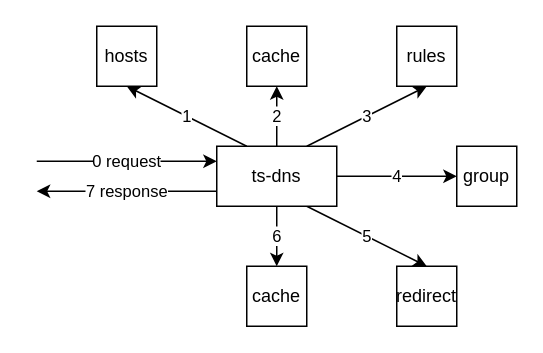
Above: doc/arch.drawio.xml in wolf-joe/ts-dns (draw.io), before the change. Source tidied: cells renumbered, new cells numbered last; positions are measured from the earlier drawing's top-left corner, leaving out a move shared by most shapes. Both pictures are drawn from the tidied source at 150%, with x=0, y=0 at pixel (36, 26).
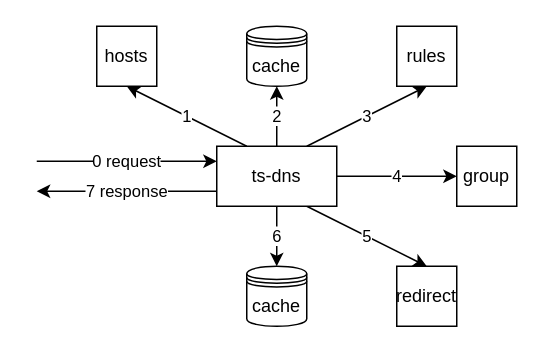
The same diagram, later.

What changed in the source:
```diff
@@
 <mxGraphModel>
   <root>
     <mxCell id="0" />
     <mxCell id="1" parent="0" />
     <mxCell id="2" value="1" style="rounded=0;jettySize=auto;html=1;exitX=0.25;exitY=0;exitDx=0;exitDy=0;entryX=0.5;entryY=1;entryDx=0;entryDy=0;" parent="1" edge="1" source="9" target="11">
       <mxGeometry relative="1" as="geometry" />
     </mxCell>
-    <mxCell id="3" value="2" style="edgeStyle=none;rounded=0;jettySize=auto;html=1;exitX=0.5;exitY=0;exitDx=0;exitDy=0;entryX=0.5;entryY=1;entryDx=0;entryDy=0;" parent="1" edge="1" source="9" target="12">
+    <mxCell id="3" value="2" style="edgeStyle=none;rounded=0;jettySize=auto;html=1;exitX=0.5;exitY=0;exitDx=0;exitDy=0;entryX=0.5;entryY=1;entryDx=0;entryDy=0;" parent="1" edge="1" source="9" target="17">
       <mxGeometry relative="1" as="geometry" />
     </mxCell>
     <mxCell id="4" value="3" style="edgeStyle=none;rounded=0;jettySize=auto;html=1;exitX=0.75;exitY=0;exitDx=0;exitDy=0;entryX=0.5;entryY=1;entryDx=0;entryDy=0;" parent="1" edge="1" source="9" target="13">
       <mxGeometry relative="1" as="geometry" />
     </mxCell>
     <mxCell id="5" value="4" style="edgeStyle=none;rounded=0;jettySize=auto;html=1;exitX=1;exitY=0.5;exitDx=0;exitDy=0;entryX=0;entryY=0.5;entryDx=0;entryDy=0;" parent="1" edge="1" source="9" target="14">
       <mxGeometry relative="1" as="geometry" />
     </mxCell>
     <mxCell id="6" value="5" style="edgeStyle=none;rounded=0;jettySize=auto;html=1;exitX=0.75;exitY=1;exitDx=0;exitDy=0;entryX=0.5;entryY=0;entryDx=0;entryDy=0;" parent="1" edge="1" source="9" target="15">
       <mxGeometry relative="1" as="geometry" />
     </mxCell>
-    <mxCell id="7" value="6" style="edgeStyle=none;rounded=0;jettySize=auto;html=1;exitX=0.5;exitY=1;exitDx=0;exitDy=0;entryX=0.5;entryY=0;entryDx=0;entryDy=0;" parent="1" edge="1" source="9" target="16">
+    <mxCell id="7" value="6" style="edgeStyle=none;rounded=0;jettySize=auto;html=1;exitX=0.5;exitY=1;exitDx=0;exitDy=0;entryX=0.5;entryY=0;entryDx=0;entryDy=0;" parent="1" edge="1" source="9" target="18">
       <mxGeometry relative="1" as="geometry" />
     </mxCell>
     <mxCell id="8" value="7 response" style="edgeStyle=none;rounded=0;jettySize=auto;html=1;exitX=0;exitY=0.75;exitDx=0;exitDy=0;" parent="1" edge="1" source="9">
       <mxGeometry relative="1" as="geometry">
         <mxPoint y="110" as="targetPoint" />
       </mxGeometry>
     </mxCell>
     <mxCell id="9" value="ts-dns" style="rounded=0;whiteSpace=wrap;html=1;" parent="1" vertex="1">
       <mxGeometry x="120" y="80" width="80" height="40" as="geometry" />
     </mxCell>
     <mxCell id="10" value="0 request" style="endArrow=classic;html=1;rounded=0;entryX=0;entryY=0.25;entryDx=0;entryDy=0;" parent="1" edge="1" target="9">
       <mxGeometry relative="1" as="geometry">
         <mxPoint y="90" as="sourcePoint" />
       </mxGeometry>
     </mxCell>
     <mxCell id="11" value="hosts" style="rounded=0;whiteSpace=wrap;html=1;" parent="1" vertex="1">
       <mxGeometry x="40" width="40" height="40" as="geometry" />
     </mxCell>
-    <mxCell id="12" value="cache" style="rounded=0;whiteSpace=wrap;html=1;" parent="1" vertex="1">
-      <mxGeometry x="140" width="40" height="40" as="geometry" />
-    </mxCell>
     <mxCell id="13" value="rules" style="rounded=0;whiteSpace=wrap;html=1;" parent="1" vertex="1">
       <mxGeometry x="240" width="40" height="40" as="geometry" />
     </mxCell>
     <mxCell id="14" value="group" style="rounded=0;whiteSpace=wrap;html=1;" parent="1" vertex="1">
       <mxGeometry x="280" y="80" width="40" height="40" as="geometry" />
     </mxCell>
     <mxCell id="15" value="redirect" style="rounded=0;whiteSpace=wrap;html=1;" parent="1" vertex="1">
       <mxGeometry x="240" y="160" width="40" height="40" as="geometry" />
     </mxCell>
-    <mxCell id="16" value="cache" style="rounded=0;whiteSpace=wrap;html=1;" parent="1" vertex="1">
-      <mxGeometry x="140" y="160" width="40" height="40" as="geometry" />
-    </mxCell>
+    <mxCell id="17" value="cache" style="shape=datastore;whiteSpace=wrap;html=1;" parent="1" vertex="1">
+      <mxGeometry x="140" width="40" height="40" as="geometry" />
+    </mxCell>
+    <mxCell id="18" value="cache" style="shape=datastore;whiteSpace=wrap;html=1;" parent="1" vertex="1">
+      <mxGeometry x="140" y="160" width="40" height="40" as="geometry" />
+    </mxCell>
   </root>
 </mxGraphModel>
```
